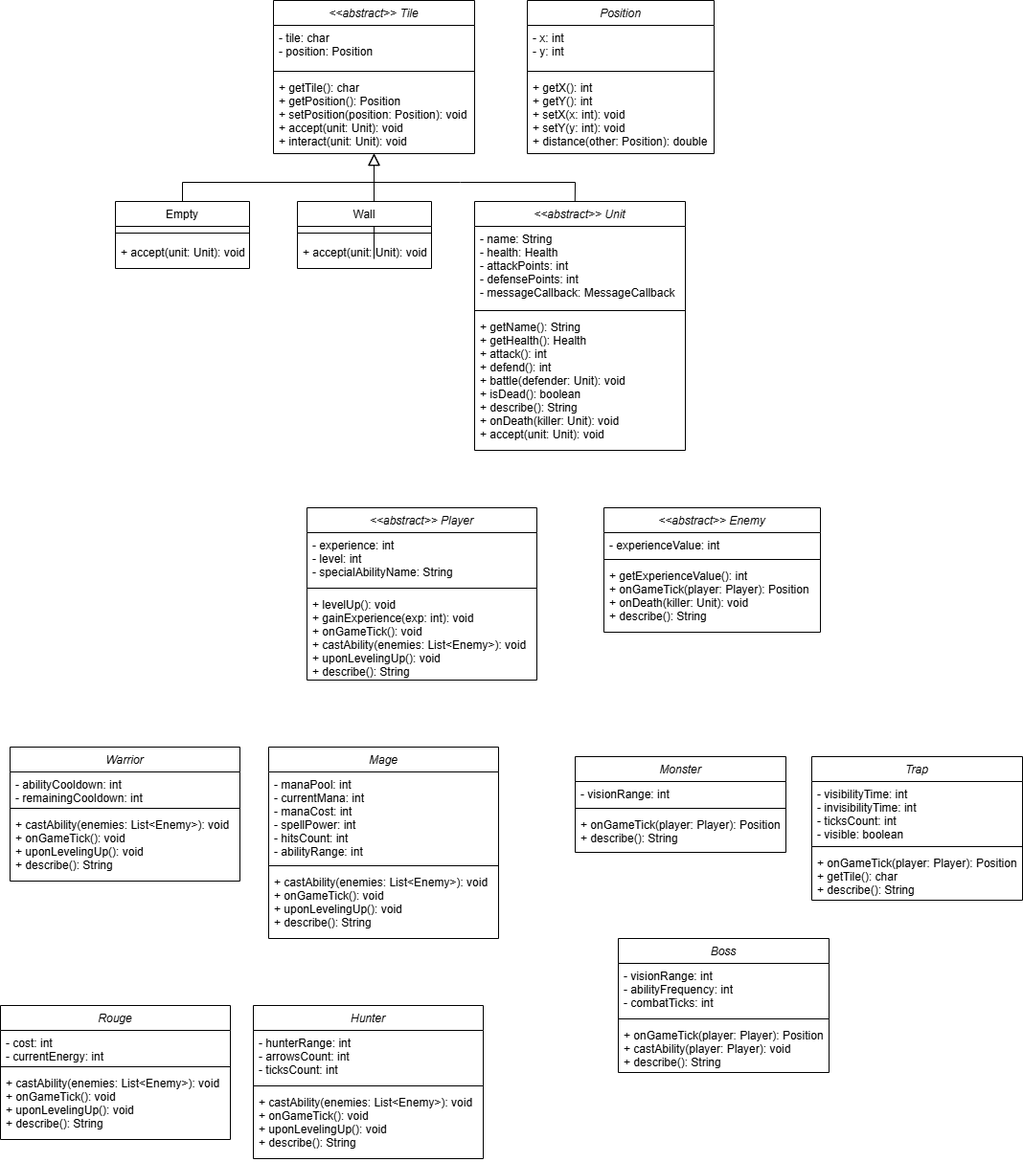
The draw.io diagram assets/d&d.drawio.png in morshay1/dungeons-and-dragons, before a commit. Source tidied: cells renumbered, new cells last; positions are measured from the earlier drawing's top-left corner, leaving out a move shared by most shapes.
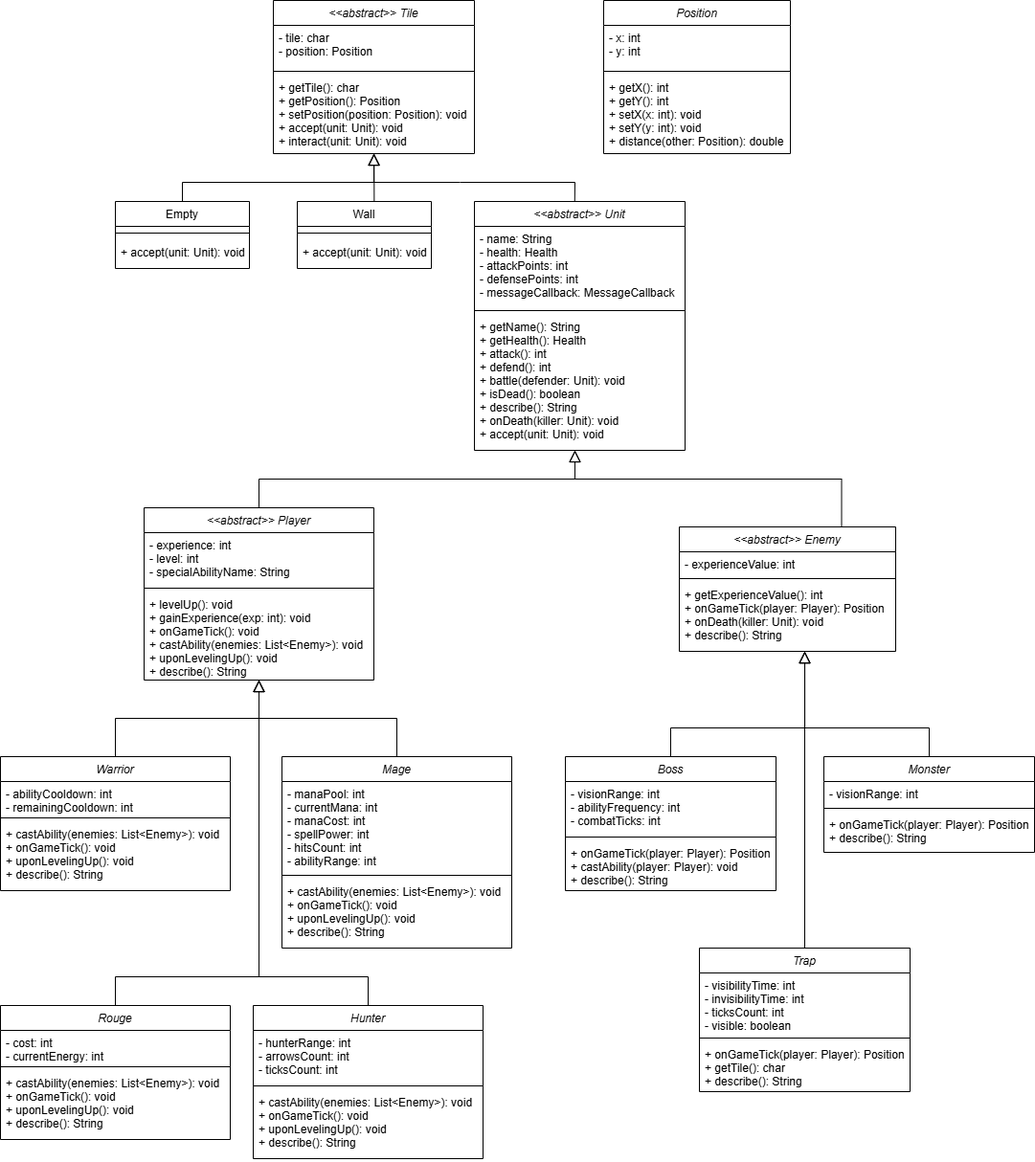
Later version of the same file.

What changed in the source:
```diff
@@ -30,10 +30,8 @@
         </Array>
       </mxGeometry>
     </mxCell>
-    <mxCell id="10" style="endArrow=block;endSize=10;endFill=0;shadow=0;strokeWidth=1;rounded=0;elbow=vertical;" parent="1" edge="1" target="2">
-      <mxGeometry relative="1" as="geometry">
-        <mxPoint x="390" y="270" as="sourcePoint" />
-      </mxGeometry>
+    <mxCell id="10" style="endArrow=block;endSize=10;endFill=0;shadow=0;strokeWidth=1;rounded=0;elbow=vertical;exitX=0.574;exitY=0.046;exitDx=0;exitDy=0;exitPerimeter=0;" parent="1" edge="1" source="12" target="2">
+      <mxGeometry relative="1" as="geometry" />
     </mxCell>
     <mxCell id="11" style="endArrow=block;endSize=10;endFill=0;shadow=0;strokeWidth=1;rounded=0;elbow=vertical;exitX=0.476;exitY=0.016;exitDx=0;exitDy=0;exitPerimeter=0;" parent="1" edge="1" source="15">
       <mxGeometry relative="1" as="geometry">
@@ -67,7 +65,7 @@
       <mxGeometry y="118" width="220" height="142" as="geometry" />
     </mxCell>
     <mxCell id="19" value="&lt;&lt;abstract&gt;&gt; Player" style="swimlane;fontStyle=2;align=center;verticalAlign=top;horizontal=1;startSize=26;rounded=0;shadow=0;strokeWidth=1;" parent="1" vertex="1">
-      <mxGeometry x="320" y="530" width="240" height="180" as="geometry" />
+      <mxGeometry x="150" y="530" width="240" height="180" as="geometry" />
     </mxCell>
     <mxCell id="20" value="- experience: int&#10;- level: int&#10;- specialAbilityName: String" style="text;align=left;verticalAlign=top;spacingLeft=4;spacingRight=4;overflow=hidden;rounded=0;shadow=0;html=0;" parent="19" vertex="1">
       <mxGeometry y="26" width="240" height="54" as="geometry" />
@@ -79,7 +77,7 @@
       <mxGeometry y="88" width="240" height="92" as="geometry" />
     </mxCell>
     <mxCell id="23" value="&lt;&lt;abstract&gt;&gt; Enemy" style="swimlane;fontStyle=2;align=center;verticalAlign=top;horizontal=1;startSize=26;rounded=0;shadow=0;strokeWidth=1;" parent="1" vertex="1">
-      <mxGeometry x="630" y="530" width="226" height="130" as="geometry" />
+      <mxGeometry x="709" y="550" width="226" height="130" as="geometry" />
     </mxCell>
     <mxCell id="24" value="- experienceValue: int&#10;" style="text;align=left;verticalAlign=top;spacingLeft=4;spacingRight=4;overflow=hidden;rounded=0;shadow=0;html=0;" parent="23" vertex="1">
       <mxGeometry y="26" width="226" height="24" as="geometry" />
@@ -91,8 +89,16 @@
       <mxGeometry y="58" width="226" height="72" as="geometry" />
     </mxCell>
     <mxCell id="27" value="Warrior" style="swimlane;fontStyle=2;align=center;verticalAlign=top;horizontal=1;startSize=26;rounded=0;shadow=0;strokeWidth=1;" parent="1" vertex="1">
-      <mxGeometry x="10" y="780" width="240" height="140" as="geometry" />
+      <mxGeometry y="790" width="240" height="140" as="geometry" />
     </mxCell>
+    <mxCell id="59" style="endArrow=block;endSize=10;endFill=0;shadow=0;strokeWidth=1;rounded=0;curved=0;edgeStyle=elbowEdgeStyle;elbow=vertical;exitX=0.5;exitY=0;exitDx=0;exitDy=0;exitPerimeter=0;" parent="27" edge="1" source="27">
+      <mxGeometry relative="1" as="geometry">
+        <mxPoint x="270" y="-80" as="targetPoint" />
+        <Array as="points">
+          <mxPoint x="200" y="-40" />
+        </Array>
+      </mxGeometry>
+    </mxCell>
     <mxCell id="28" value="- abilityCooldown: int&#10;- remainingCooldown: int" style="text;align=left;verticalAlign=top;spacingLeft=4;spacingRight=4;overflow=hidden;rounded=0;shadow=0;html=0;" parent="27" vertex="1">
       <mxGeometry y="26" width="240" height="34" as="geometry" />
     </mxCell>
@@ -102,8 +108,16 @@
     <mxCell id="30" value="+ castAbility(enemies: List&lt;Enemy&gt;): void&#10;+ onGameTick(): void&#10;+ uponLevelingUp(): void&#10;+ describe(): String&#10;&#10;&#10;&#10;&#10;&#10;" style="text;align=left;verticalAlign=top;spacingLeft=4;spacingRight=4;overflow=hidden;" parent="27" vertex="1">
       <mxGeometry y="68" width="240" height="72" as="geometry" />
     </mxCell>
+    <mxCell id="60" style="endArrow=block;endSize=10;endFill=0;shadow=0;strokeWidth=1;rounded=0;curved=0;edgeStyle=elbowEdgeStyle;elbow=vertical;exitX=0.5;exitY=0;exitDx=0;exitDy=0;" parent="27" edge="1" source="35">
+      <mxGeometry relative="1" as="geometry">
+        <mxPoint x="270" y="-80" as="targetPoint" />
+        <Array as="points">
+          <mxPoint x="220" y="230" />
+        </Array>
+      </mxGeometry>
+    </mxCell>
     <mxCell id="31" value="Mage" style="swimlane;fontStyle=2;align=center;verticalAlign=top;horizontal=1;startSize=26;rounded=0;shadow=0;strokeWidth=1;" parent="1" vertex="1">
-      <mxGeometry x="280" y="780" width="240" height="200" as="geometry" />
+      <mxGeometry x="294" y="790" width="240" height="200" as="geometry" />
     </mxCell>
     <mxCell id="32" value="- manaPool: int&#10;- currentMana: int&#10;- manaCost: int&#10;- spellPower: int&#10;- hitsCount: int&#10;- abilityRange: int" style="text;align=left;verticalAlign=top;spacingLeft=4;spacingRight=4;overflow=hidden;rounded=0;shadow=0;html=0;" parent="31" vertex="1">
       <mxGeometry y="26" width="240" height="94" as="geometry" />
@@ -139,7 +153,7 @@
       <mxGeometry y="88" width="240" height="72" as="geometry" />
     </mxCell>
     <mxCell id="43" value="Monster" style="swimlane;fontStyle=2;align=center;verticalAlign=top;horizontal=1;startSize=26;rounded=0;shadow=0;strokeWidth=1;" parent="1" vertex="1">
-      <mxGeometry x="600" y="790" width="220" height="100" as="geometry" />
+      <mxGeometry x="860" y="790" width="220" height="100" as="geometry" />
     </mxCell>
     <mxCell id="44" value="- visionRange: int" style="text;align=left;verticalAlign=top;spacingLeft=4;spacingRight=4;overflow=hidden;rounded=0;shadow=0;html=0;" parent="43" vertex="1">
       <mxGeometry y="26" width="220" height="24" as="geometry" />
@@ -151,7 +165,7 @@
       <mxGeometry y="58" width="220" height="42" as="geometry" />
     </mxCell>
     <mxCell id="47" value="Trap" style="swimlane;fontStyle=2;align=center;verticalAlign=top;horizontal=1;startSize=26;rounded=0;shadow=0;strokeWidth=1;" parent="1" vertex="1">
-      <mxGeometry x="847" y="790" width="220" height="150" as="geometry" />
+      <mxGeometry x="730" y="990" width="220" height="150" as="geometry" />
     </mxCell>
     <mxCell id="48" value="- visibilityTime: int&#10;- invisibilityTime: int&#10;- ticksCount: int&#10;- visible: boolean" style="text;align=left;verticalAlign=top;spacingLeft=4;spacingRight=4;overflow=hidden;rounded=0;shadow=0;html=0;" parent="47" vertex="1">
       <mxGeometry y="26" width="220" height="64" as="geometry" />
@@ -163,7 +177,7 @@
       <mxGeometry y="98" width="220" height="52" as="geometry" />
     </mxCell>
     <mxCell id="51" value="Boss" style="swimlane;fontStyle=2;align=center;verticalAlign=top;horizontal=1;startSize=26;rounded=0;shadow=0;strokeWidth=1;" parent="1" vertex="1">
-      <mxGeometry x="645" y="980" width="220" height="140" as="geometry" />
+      <mxGeometry x="590" y="790" width="220" height="140" as="geometry" />
     </mxCell>
     <mxCell id="52" value="- visionRange: int&#10;- abilityFrequency: int&#10;- combatTicks: int" style="text;align=left;verticalAlign=top;spacingLeft=4;spacingRight=4;overflow=hidden;rounded=0;shadow=0;html=0;" parent="51" vertex="1">
       <mxGeometry y="26" width="220" height="54" as="geometry" />
@@ -175,7 +189,7 @@
       <mxGeometry y="88" width="220" height="52" as="geometry" />
     </mxCell>
     <mxCell id="55" value="Position" style="swimlane;fontStyle=2;align=center;verticalAlign=top;horizontal=1;startSize=26;rounded=0;shadow=0;strokeWidth=1;" parent="1" vertex="1">
-      <mxGeometry x="550" width="195" height="160" as="geometry" />
+      <mxGeometry x="630" width="195" height="160" as="geometry" />
     </mxCell>
     <mxCell id="56" value="- x: int&#10;- y: int" style="text;align=left;verticalAlign=top;spacingLeft=4;spacingRight=4;overflow=hidden;rounded=0;shadow=0;html=0;" parent="55" vertex="1">
       <mxGeometry y="26" width="195" height="44" as="geometry" />
@@ -186,5 +200,58 @@
     <mxCell id="58" value="+ getX(): int&#10;+ getY(): int&#10;+ setX(x: int): void&#10;+ setY(y: int): void&#10;+ distance(other: Position): double&#10;&#10;&#10;&#10;&#10;&#10;&#10;" style="text;align=left;verticalAlign=top;spacingLeft=4;spacingRight=4;overflow=hidden;" parent="55" vertex="1">
       <mxGeometry y="78" width="195" height="82" as="geometry" />
     </mxCell>
+    <mxCell id="61" style="endArrow=block;endSize=10;endFill=0;shadow=0;strokeWidth=1;rounded=0;curved=0;edgeStyle=elbowEdgeStyle;elbow=vertical;exitX=0.5;exitY=0;exitDx=0;exitDy=0;" parent="1" edge="1" source="19">
+      <mxGeometry relative="1" as="geometry">
+        <mxPoint x="600" y="470" as="targetPoint" />
+        <Array as="points">
+          <mxPoint x="600" y="500" />
+        </Array>
+      </mxGeometry>
+    </mxCell>
+    <mxCell id="62" style="endArrow=block;endSize=10;endFill=0;shadow=0;strokeWidth=1;rounded=0;curved=0;edgeStyle=elbowEdgeStyle;elbow=vertical;exitX=0.75;exitY=0;exitDx=0;exitDy=0;" parent="1" edge="1" source="23">
+      <mxGeometry relative="1" as="geometry">
+        <mxPoint x="600" y="470" as="targetPoint" />
+        <Array as="points">
+          <mxPoint x="730" y="500" />
+        </Array>
+      </mxGeometry>
+    </mxCell>
+    <mxCell id="63" style="endArrow=block;endSize=10;endFill=0;shadow=0;strokeWidth=1;rounded=0;curved=0;edgeStyle=elbowEdgeStyle;elbow=vertical;exitX=0.5;exitY=0;exitDx=0;exitDy=0;entryX=0.58;entryY=1.003;entryDx=0;entryDy=0;entryPerimeter=0;" parent="1" edge="1" target="26">
+      <mxGeometry relative="1" as="geometry">
+        <mxPoint x="700" y="790" as="sourcePoint" />
+        <Array as="points">
+          <mxPoint x="1030" y="760" />
+        </Array>
+      </mxGeometry>
+    </mxCell>
+    <mxCell id="64" style="endArrow=block;endSize=10;endFill=0;shadow=0;strokeWidth=1;rounded=0;curved=0;edgeStyle=elbowEdgeStyle;elbow=vertical;exitX=0.5;exitY=0;exitDx=0;exitDy=0;" parent="1" edge="1" source="43">
+      <mxGeometry relative="1" as="geometry">
+        <mxPoint x="840" y="680" as="targetPoint" />
+        <Array as="points">
+          <mxPoint x="900" y="760" />
+        </Array>
+      </mxGeometry>
+    </mxCell>
+    <mxCell id="65" style="endArrow=block;endSize=10;endFill=0;shadow=0;strokeWidth=1;rounded=0;elbow=vertical;" parent="1" edge="1" source="47">
+      <mxGeometry relative="1" as="geometry">
+        <mxPoint x="840" y="680" as="targetPoint" />
+      </mxGeometry>
+    </mxCell>
+    <mxCell id="66" style="endArrow=block;endSize=10;endFill=0;shadow=0;strokeWidth=1;rounded=0;curved=0;edgeStyle=elbowEdgeStyle;elbow=vertical;exitX=0.5;exitY=0;exitDx=0;exitDy=0;" parent="1" edge="1" source="31">
+      <mxGeometry relative="1" as="geometry">
+        <mxPoint x="270" y="710" as="targetPoint" />
+        <Array as="points">
+          <mxPoint x="340" y="750" />
+        </Array>
+      </mxGeometry>
+    </mxCell>
+    <mxCell id="67" style="endArrow=block;endSize=10;endFill=0;shadow=0;strokeWidth=1;rounded=0;curved=0;edgeStyle=elbowEdgeStyle;elbow=vertical;exitX=0.5;exitY=0;exitDx=0;exitDy=0;" parent="1" edge="1" source="39">
+      <mxGeometry relative="1" as="geometry">
+        <mxPoint x="270" y="710" as="targetPoint" />
+        <Array as="points">
+          <mxPoint x="290" y="1020" />
+        </Array>
+      </mxGeometry>
+    </mxCell>
   </root>
 </mxGraphModel>
```
